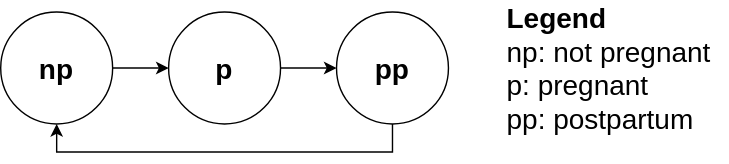
Before: docs/source/other_models/pregnancy/diagram.svg, a diagram exported from draw.io (ihmeuw/vivarium_research). Source tidied: cells renumbered, new cells last; positions are measured from the earlier drawing's top-left corner, leaving out a move shared by most shapes. The source it was exported from:
```xml
<mxGraphModel>
  <root>
    <mxCell id="0" />
    <mxCell id="1" parent="0" />
    <mxCell id="2" style="edgeStyle=orthogonalEdgeStyle;rounded=0;jettySize=auto;html=1;entryX=0;entryY=0.5;entryDx=0;entryDy=0;fontSize=20;" parent="1" edge="1" source="3" target="7">
      <mxGeometry relative="1" as="geometry" />
    </mxCell>
    <mxCell id="3" value="np" style="ellipse;whiteSpace=wrap;html=1;fontSize=20;fontStyle=1;" parent="1" vertex="1">
      <mxGeometry width="80" height="80" as="geometry" />
    </mxCell>
    <mxCell id="4" style="edgeStyle=orthogonalEdgeStyle;rounded=0;jettySize=auto;html=1;entryX=0.5;entryY=1;entryDx=0;entryDy=0;fontSize=20;" parent="1" edge="1" source="5" target="3">
      <mxGeometry relative="1" as="geometry">
        <Array as="points">
          <mxPoint x="280" y="100" />
          <mxPoint x="40" y="100" />
        </Array>
      </mxGeometry>
    </mxCell>
    <mxCell id="5" value="pp" style="ellipse;whiteSpace=wrap;html=1;fontSize=20;fontStyle=1;" parent="1" vertex="1">
      <mxGeometry x="240" width="80" height="80" as="geometry" />
    </mxCell>
    <mxCell id="6" style="edgeStyle=orthogonalEdgeStyle;rounded=0;jettySize=auto;html=1;entryX=0;entryY=0.5;entryDx=0;entryDy=0;fontSize=20;" parent="1" edge="1" source="7" target="5">
      <mxGeometry relative="1" as="geometry" />
    </mxCell>
    <mxCell id="7" value="p" style="ellipse;whiteSpace=wrap;html=1;fontSize=20;fontStyle=1;" parent="1" vertex="1">
      <mxGeometry x="120" width="80" height="80" as="geometry" />
    </mxCell>
    <mxCell id="8" value="&lt;div style=&quot;font-size: 20px;&quot;&gt;&lt;b style=&quot;font-size: 20px;&quot;&gt;Legend&lt;/b&gt;&lt;/div&gt;&lt;div style=&quot;font-size: 20px;&quot;&gt;&lt;span style=&quot;font-size: 20px;&quot;&gt;np: not pregnant&lt;/span&gt;&lt;/div&gt;p: pregnant&lt;br style=&quot;font-size: 20px;&quot;&gt;pp: postpartum" style="text;html=1;strokeColor=none;fillColor=none;align=left;verticalAlign=middle;whiteSpace=wrap;rounded=0;fontSize=20;" parent="1" vertex="1">
      <mxGeometry x="360" width="160" height="80" as="geometry" />
    </mxCell>
  </root>
</mxGraphModel>
```
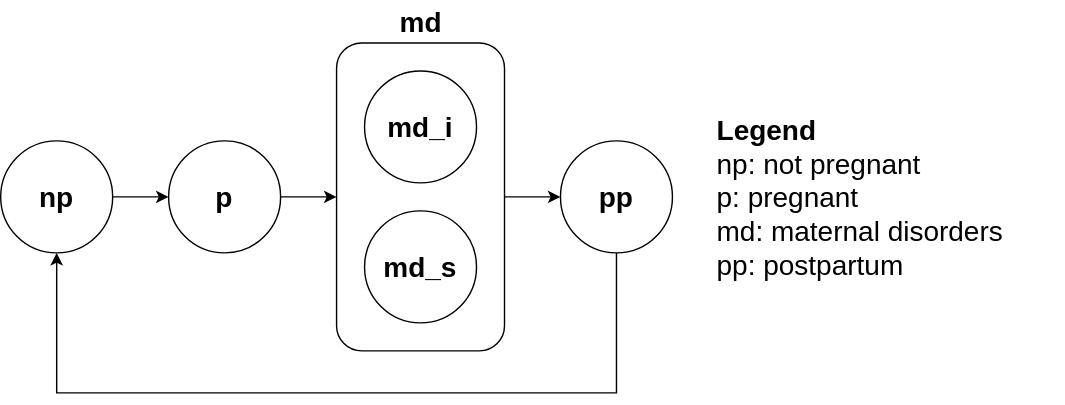
The same diagram one commit later.

Commit message:
update pregnancy document to be consistent with swe implementation

The edit, as a diff of the source:
```diff
@@ -2,31 +2,46 @@
   <root>
     <mxCell id="0" />
     <mxCell id="1" parent="0" />
-    <mxCell id="2" style="edgeStyle=orthogonalEdgeStyle;rounded=0;jettySize=auto;html=1;entryX=0;entryY=0.5;entryDx=0;entryDy=0;fontSize=20;" parent="1" edge="1" source="3" target="7">
+    <mxCell id="2" style="edgeStyle=orthogonalEdgeStyle;rounded=0;jettySize=auto;html=1;entryX=0;entryY=0.5;entryDx=0;entryDy=0;fontSize=20;fontStyle=1;" parent="1" edge="1" source="3" target="7">
       <mxGeometry relative="1" as="geometry" />
     </mxCell>
     <mxCell id="3" value="np" style="ellipse;whiteSpace=wrap;html=1;fontSize=20;fontStyle=1;" parent="1" vertex="1">
       <mxGeometry width="80" height="80" as="geometry" />
     </mxCell>
-    <mxCell id="4" style="edgeStyle=orthogonalEdgeStyle;rounded=0;jettySize=auto;html=1;entryX=0.5;entryY=1;entryDx=0;entryDy=0;fontSize=20;" parent="1" edge="1" source="5" target="3">
+    <mxCell id="4" style="edgeStyle=orthogonalEdgeStyle;rounded=0;jettySize=auto;html=1;entryX=0.5;entryY=1;entryDx=0;entryDy=0;fontSize=20;fontStyle=1;" parent="1" edge="1" source="5" target="3">
       <mxGeometry relative="1" as="geometry">
         <Array as="points">
-          <mxPoint x="280" y="100" />
-          <mxPoint x="40" y="100" />
+          <mxPoint x="440" y="180" />
+          <mxPoint x="40" y="180" />
         </Array>
       </mxGeometry>
     </mxCell>
     <mxCell id="5" value="pp" style="ellipse;whiteSpace=wrap;html=1;fontSize=20;fontStyle=1;" parent="1" vertex="1">
-      <mxGeometry x="240" width="80" height="80" as="geometry" />
+      <mxGeometry x="400" width="80" height="80" as="geometry" />
     </mxCell>
-    <mxCell id="6" style="edgeStyle=orthogonalEdgeStyle;rounded=0;jettySize=auto;html=1;entryX=0;entryY=0.5;entryDx=0;entryDy=0;fontSize=20;" parent="1" edge="1" source="7" target="5">
-      <mxGeometry relative="1" as="geometry" />
-    </mxCell>
+    <mxCell id="9" style="edgeStyle=orthogonalEdgeStyle;rounded=0;jettySize=auto;html=1;entryX=0;entryY=0.5;entryDx=0;entryDy=0;fontSize=20;" parent="1" edge="1" source="7" target="11">
+      <mxGeometry relative="1" as="geometry" />
+    </mxCell>
     <mxCell id="7" value="p" style="ellipse;whiteSpace=wrap;html=1;fontSize=20;fontStyle=1;" parent="1" vertex="1">
       <mxGeometry x="120" width="80" height="80" as="geometry" />
     </mxCell>
-    <mxCell id="8" value="&lt;div style=&quot;font-size: 20px;&quot;&gt;&lt;b style=&quot;font-size: 20px;&quot;&gt;Legend&lt;/b&gt;&lt;/div&gt;&lt;div style=&quot;font-size: 20px;&quot;&gt;&lt;span style=&quot;font-size: 20px;&quot;&gt;np: not pregnant&lt;/span&gt;&lt;/div&gt;p: pregnant&lt;br style=&quot;font-size: 20px;&quot;&gt;pp: postpartum" style="text;html=1;strokeColor=none;fillColor=none;align=left;verticalAlign=middle;whiteSpace=wrap;rounded=0;fontSize=20;" parent="1" vertex="1">
-      <mxGeometry x="360" width="160" height="80" as="geometry" />
+    <mxCell id="8" value="&lt;div style=&quot;font-size: 20px&quot;&gt;&lt;span style=&quot;font-size: 20px&quot;&gt;Legend&lt;/span&gt;&lt;/div&gt;&lt;div style=&quot;font-size: 20px&quot;&gt;&lt;span style=&quot;font-size: 20px ; font-weight: normal&quot;&gt;np: not pregnant&lt;/span&gt;&lt;/div&gt;&lt;span style=&quot;font-weight: normal&quot;&gt;p: pregnant&lt;br&gt;md: maternal disorders&lt;br style=&quot;font-size: 20px&quot;&gt;pp: postpartum&lt;/span&gt;" style="text;html=1;strokeColor=none;fillColor=none;align=left;verticalAlign=middle;whiteSpace=wrap;rounded=0;fontSize=20;fontStyle=1;" parent="1" vertex="1">
+      <mxGeometry x="510" width="250" height="80" as="geometry" />
     </mxCell>
+    <mxCell id="10" style="edgeStyle=orthogonalEdgeStyle;rounded=0;jettySize=auto;html=1;entryX=0;entryY=0.5;entryDx=0;entryDy=0;fontSize=20;" parent="1" edge="1" source="11" target="5">
+      <mxGeometry relative="1" as="geometry" />
+    </mxCell>
+    <mxCell id="11" style="rounded=1;whiteSpace=wrap;html=1;fontSize=20;fontStyle=1;" parent="1" vertex="1">
+      <mxGeometry x="240" y="-70" width="120" height="220" as="geometry" />
+    </mxCell>
+    <mxCell id="12" value="md_i" style="ellipse;whiteSpace=wrap;html=1;fontSize=20;fontStyle=1;" parent="1" vertex="1">
+      <mxGeometry x="260" y="-50" width="80" height="80" as="geometry" />
+    </mxCell>
+    <mxCell id="13" value="md_s" style="ellipse;whiteSpace=wrap;html=1;fontSize=20;fontStyle=1;" parent="1" vertex="1">
+      <mxGeometry x="260" y="50" width="80" height="80" as="geometry" />
+    </mxCell>
+    <mxCell id="14" value="&lt;b&gt;md&lt;/b&gt;" style="text;html=1;align=center;verticalAlign=middle;strokeColor=none;fillColor=none;fontSize=20;" parent="1" vertex="1">
+      <mxGeometry x="275" y="-100" width="50" height="30" as="geometry" />
+    </mxCell>
   </root>
 </mxGraphModel>
```
